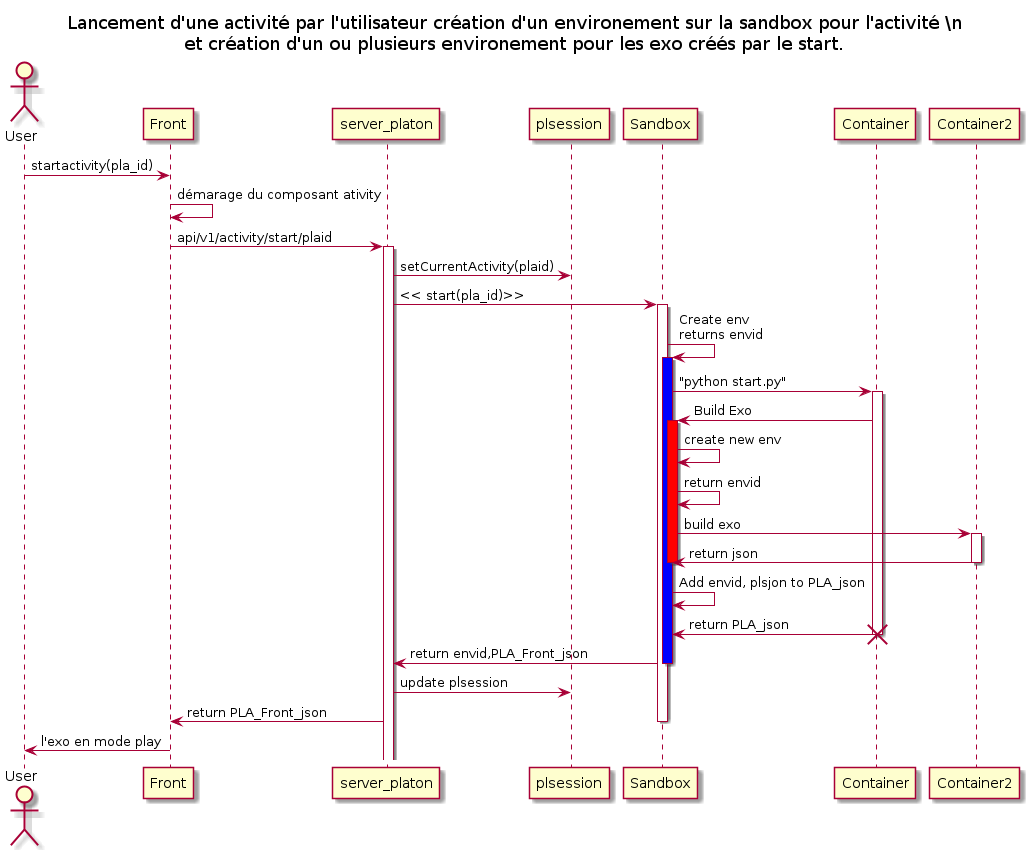
PremierLangage/platon-conception keeps this PlantUML diagram as concept/activity/star_activity.png. Above is the earlier version. The source it was exported from:
```plantuml
@startuml
title
Lancement d'une activité par l'utilisateur création d'un environement sur la sandbox pour l'activité \n
et création d'un ou plusieurs environement pour les exo créés par le start.
end title

actor User

User -> Front : startactivity(pla_id)
Front -> Front : démarage du composant ativity
Front -> server_platon : api/v1/activity/start/plaid
activate server_platon


server_platon -> plsession : setCurrentActivity(plaid)

server_platon -> Sandbox: << start(pla_id)>>
activate Sandbox

Sandbox -> Sandbox : Create env\nreturns envid
activate Sandbox #Blue
Sandbox -> Container : "python start.py"
activate Container
Container -> Sandbox : Build Exo
activate Sandbox #Red
Sandbox -> Sandbox : create new env
Sandbox <- Sandbox : return envid
Sandbox -> Container2 : build exo
activate Container2
Container2 -> Sandbox : return json
deactivate Container2
deactivate Sandbox
Sandbox -> Sandbox : Add envid, plsjon to PLA_json
Container -> Sandbox : return PLA_json
deactivate Container
destroy Container
Sandbox -> server_platon : return envid,PLA_Front_json
deactivate Sandbox
server_platon -> plsession : update plsession
server_platon -> Front : return PLA_Front_json
deactivate Sandbox
Front -> User: l'exo en mode play
@enduml
```
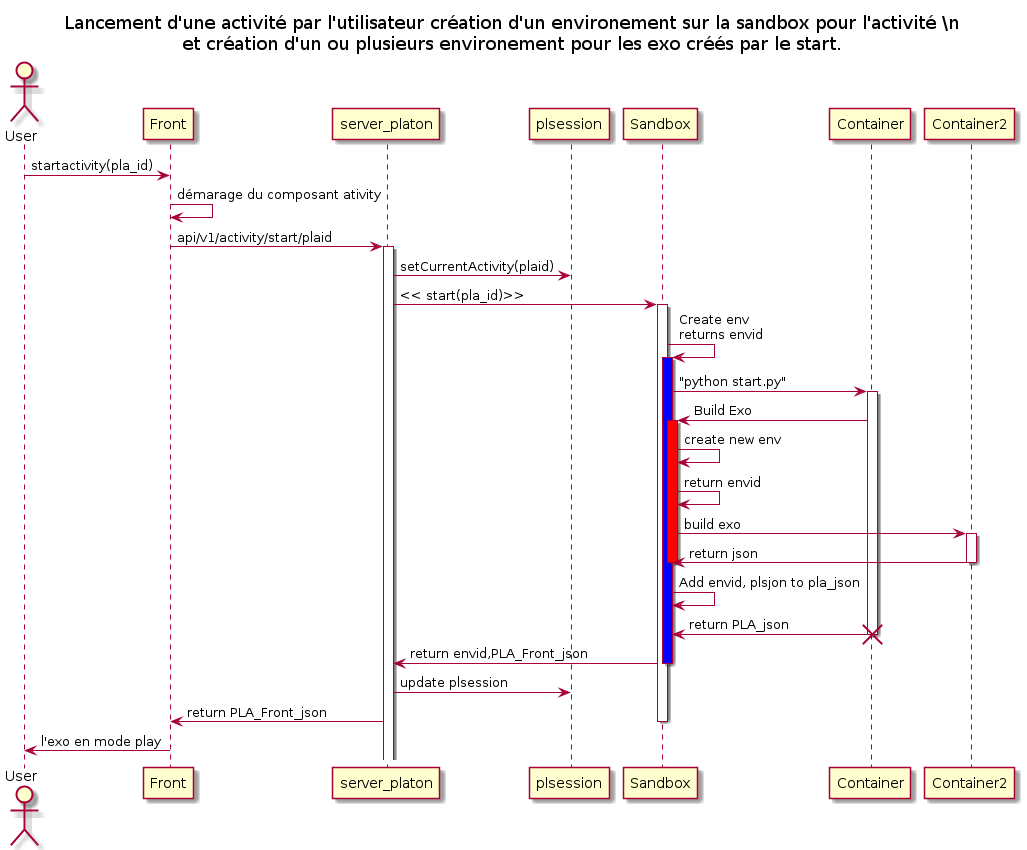
Above is the later version.

Commit message:
Generate PNG images of PlantUML diagrams

What changed in the source:
```diff
@@ -30,7 +30,7 @@
 Container2 -> Sandbox : return json
 deactivate Container2
 deactivate Sandbox
-Sandbox -> Sandbox : Add envid, plsjon to PLA_json
+Sandbox -> Sandbox : Add envid, plsjon to pla_json
 Container -> Sandbox : return PLA_json
 deactivate Container
 destroy Container
```
